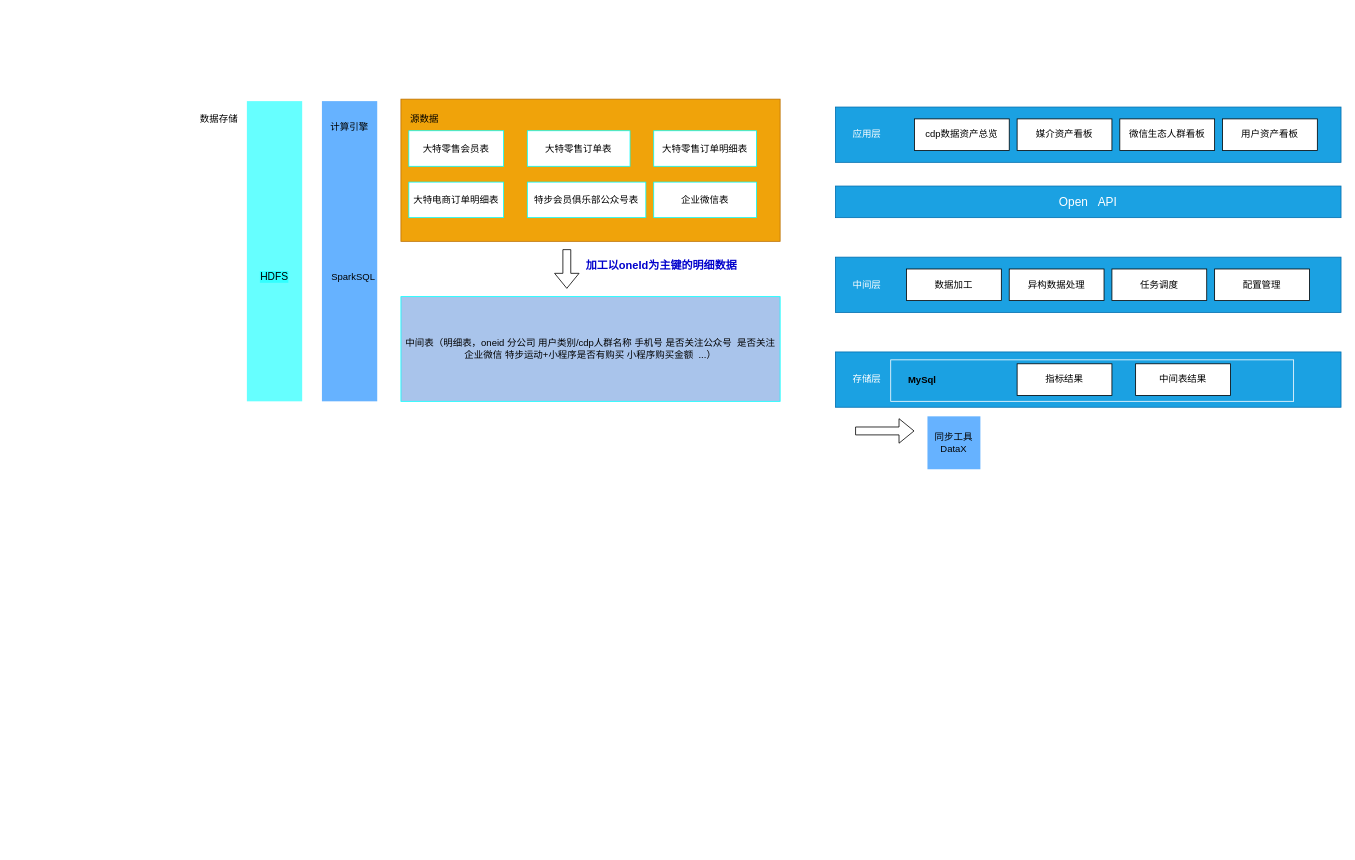
This is source/活动.drawio from DThadch/draw, a draw.io file, before an edit. Source tidied: cells renumbered, new cells numbered last; positions are measured from the earlier drawing's top-left corner, leaving out a move shared by most shapes. Both pictures are drawn from the tidied source at 79%, with x=0, y=0 at pixel (195, 99).
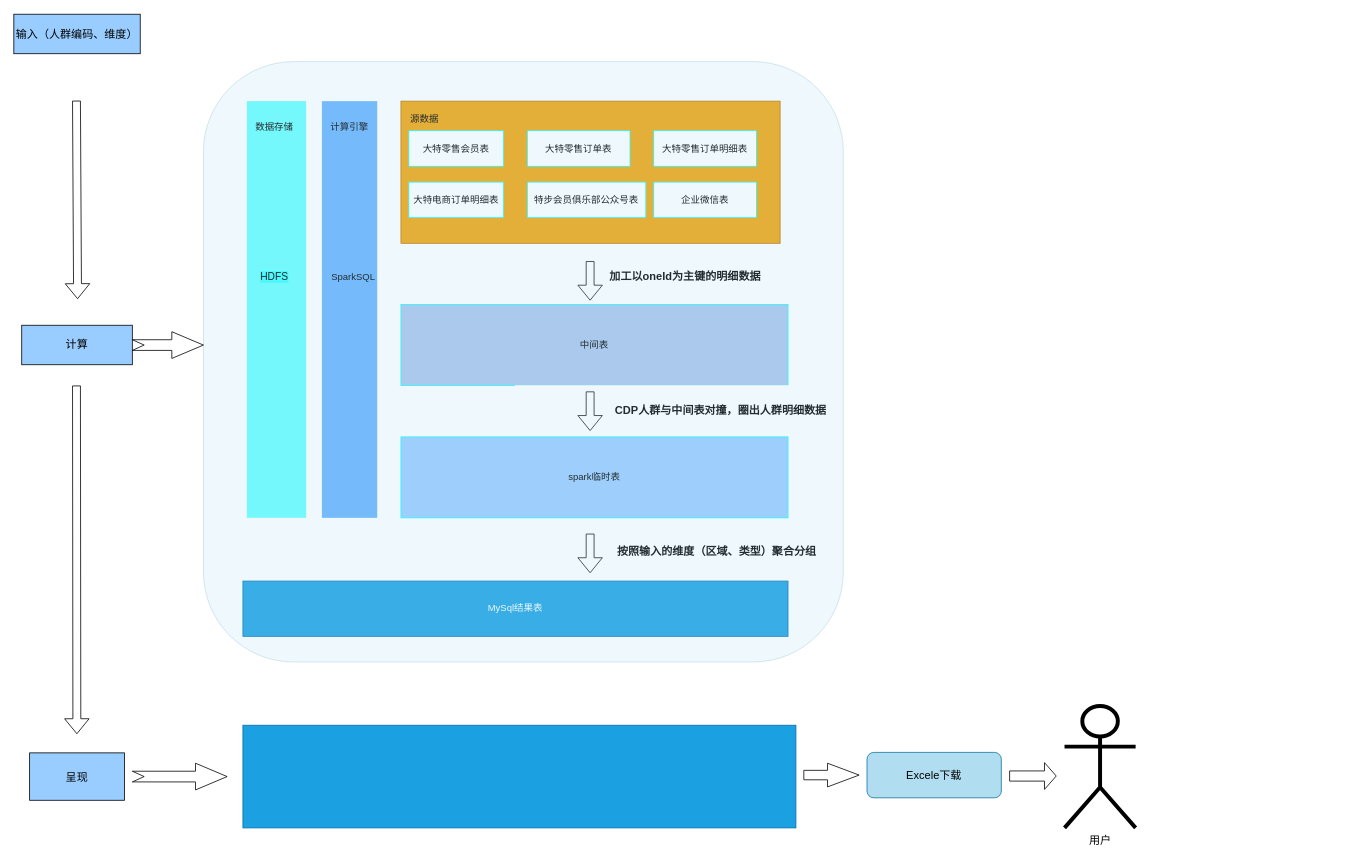
Above is the later version.

Change to the diagram source:
```diff
@@
-    <mxCell id="2" style="rounded=0;whiteSpace=wrap;html=1;fillColor=#1ba1e2;fontColor=#ffffff;strokeColor=#006EAF;" parent="1" vertex="1">
-      <mxGeometry x="810" y="10" width="640" height="70" as="geometry" />
-    </mxCell>
-    <mxCell id="3" value="cdp数据资产总览" style="rounded=0;whiteSpace=wrap;html=1;" parent="1" vertex="1">
-      <mxGeometry x="910" y="25" width="120" height="40" as="geometry" />
-    </mxCell>
-    <mxCell id="4" value="媒介资产看板" style="rounded=0;whiteSpace=wrap;html=1;" parent="1" vertex="1">
-      <mxGeometry x="1040" y="25" width="120" height="40" as="geometry" />
-    </mxCell>
-    <mxCell id="5" value="微信生态人群看板" style="rounded=0;whiteSpace=wrap;html=1;" parent="1" vertex="1">
-      <mxGeometry x="1170" y="25" width="120" height="40" as="geometry" />
-    </mxCell>
-    <mxCell id="6" value="用户资产看板" style="rounded=0;whiteSpace=wrap;html=1;" parent="1" vertex="1">
-      <mxGeometry x="1300" y="25" width="120" height="40" as="geometry" />
-    </mxCell>
-    <mxCell id="7" value="应用层" style="text;html=1;strokeColor=none;fillColor=none;align=center;verticalAlign=middle;whiteSpace=wrap;rounded=0;fontColor=#FFFFFF;" parent="1" vertex="1">
-      <mxGeometry x="820" y="30" width="60" height="30" as="geometry" />
-    </mxCell>
-    <mxCell id="8" value="&lt;font style=&quot;font-size: 15px;&quot;&gt;Open&amp;nbsp; &amp;nbsp;API&lt;/font&gt;" style="rounded=0;whiteSpace=wrap;html=1;fillColor=#1ba1e2;fontColor=#ffffff;strokeColor=#006EAF;" parent="1" vertex="1">
-      <mxGeometry x="810" y="110" width="640" height="40" as="geometry" />
-    </mxCell>
-    <mxCell id="9" style="rounded=0;whiteSpace=wrap;html=1;fillColor=#1ba1e2;fontColor=#ffffff;strokeColor=#006EAF;" parent="1" vertex="1">
-      <mxGeometry x="810" y="200" width="640" height="70" as="geometry" />
-    </mxCell>
-    <mxCell id="10" value="中间层" style="text;html=1;strokeColor=none;fillColor=none;align=center;verticalAlign=middle;whiteSpace=wrap;rounded=0;fontColor=#FFFFFF;" parent="1" vertex="1">
-      <mxGeometry x="820" y="220" width="60" height="30" as="geometry" />
-    </mxCell>
-    <mxCell id="11" value="数据加工" style="rounded=0;whiteSpace=wrap;html=1;" parent="1" vertex="1">
-      <mxGeometry x="900" y="215" width="120" height="40" as="geometry" />
-    </mxCell>
-    <mxCell id="12" value="异构数据处理" style="rounded=0;whiteSpace=wrap;html=1;" parent="1" vertex="1">
-      <mxGeometry x="1030" y="215" width="120" height="40" as="geometry" />
-    </mxCell>
-    <mxCell id="13" value="任务调度" style="rounded=0;whiteSpace=wrap;html=1;" parent="1" vertex="1">
-      <mxGeometry x="1160" y="215" width="120" height="40" as="geometry" />
-    </mxCell>
-    <mxCell id="14" value="配置管理" style="rounded=0;whiteSpace=wrap;html=1;" parent="1" vertex="1">
-      <mxGeometry x="1290" y="215" width="120" height="40" as="geometry" />
-    </mxCell>
-    <mxCell id="15" style="rounded=0;whiteSpace=wrap;html=1;fillColor=#1ba1e2;fontColor=#ffffff;strokeColor=#006EAF;" parent="1" vertex="1">
-      <mxGeometry x="810" y="320" width="640" height="70" as="geometry" />
+    <mxCell id="15" value="MySql结果表" style="rounded=0;whiteSpace=wrap;html=1;fillColor=#1ba1e2;fontColor=#ffffff;strokeColor=#006EAF;" parent="1" vertex="1">
+      <mxGeometry x="60" y="610" width="690" height="70" as="geometry" />
     </mxCell>
-    <mxCell id="16" value="存储层" style="text;html=1;strokeColor=none;fillColor=none;align=center;verticalAlign=middle;whiteSpace=wrap;rounded=0;fontColor=#FFFFFF;" parent="1" vertex="1">
-      <mxGeometry x="820" y="340" width="60" height="30" as="geometry" />
-    </mxCell>
-    <mxCell id="17" value="指标结果" style="rounded=0;whiteSpace=wrap;html=1;" parent="1" vertex="1">
-      <mxGeometry x="1040" y="335" width="120" height="40" as="geometry" />
-    </mxCell>
-    <mxCell id="18" value="中间表结果" style="rounded=0;whiteSpace=wrap;html=1;" parent="1" vertex="1">
-      <mxGeometry x="1190" y="335" width="120" height="40" as="geometry" />
-    </mxCell>
     <mxCell id="19" style="rounded=0;whiteSpace=wrap;html=1;fontSize=15;fontColor=#FFFFFF;fillColor=#66FFFF;labelBackgroundColor=#33FFFF;strokeColor=none;" parent="1" vertex="1">
-      <mxGeometry x="65" y="2.5" width="70" height="380" as="geometry" />
+      <mxGeometry x="65" y="2.5" width="75" height="527.5" as="geometry" />
     </mxCell>
     <mxCell id="20" value="&lt;font color=&quot;#000000&quot; style=&quot;font-size: 12px;&quot;&gt;数据存储&lt;/font&gt;" style="text;html=1;strokeColor=none;fillColor=none;align=center;verticalAlign=middle;whiteSpace=wrap;rounded=0;fontSize=12;fontColor=#FFFFFF;" parent="1" vertex="1">
-      <mxGeometry y="10" width="60" height="30" as="geometry" />
+      <mxGeometry x="70" y="20" width="60" height="30" as="geometry" />
     </mxCell>
@@
     <mxCell id="22" style="rounded=0;whiteSpace=wrap;html=1;fontSize=15;fontColor=#FFFFFF;fillColor=#66B2FF;labelBackgroundColor=#33FFFF;strokeColor=none;" parent="1" vertex="1">
-      <mxGeometry x="160" y="2.5" width="70" height="380" as="geometry" />
+      <mxGeometry x="160" y="2.5" width="70" height="527.5" as="geometry" />
     </mxCell>
@@
     <mxCell id="25" style="rounded=0;whiteSpace=wrap;html=1;labelBackgroundColor=none;strokeColor=#BD7000;fontSize=12;fontColor=#000000;fillColor=#f0a30a;" parent="1" vertex="1">
-      <mxGeometry x="260" width="480" height="180" as="geometry" />
+      <mxGeometry x="260" y="2.5" width="480" height="180" as="geometry" />
     </mxCell>
@@
-    <mxCell id="30" value="中间表（明细表，oneid 分公司 用户类别/cdp人群名称 手机号 是否关注公众号&amp;nbsp; 是否关注企业微信 特步运动+小程序是否有购买 小程序购买金额&amp;nbsp; ...）" style="rounded=0;whiteSpace=wrap;html=1;labelBackgroundColor=none;strokeColor=#00FFFF;fontSize=12;fontColor=#000000;fillColor=#A9C4EB;" parent="1" vertex="1">
-      <mxGeometry x="260" y="250" width="480" height="132.5" as="geometry" />
+    <mxCell id="30" value="中间表" style="rounded=0;whiteSpace=wrap;html=1;labelBackgroundColor=none;strokeColor=#00FFFF;fontSize=12;fontColor=#000000;fillColor=#A9C4EB;" parent="1" vertex="1">
+      <mxGeometry x="260" y="260" width="490" height="102.5" as="geometry" />
     </mxCell>
-    <mxCell id="31" style="shape=flexArrow;endArrow=classic;html=1;rounded=0;fontSize=12;fontColor=#000000;" parent="1" edge="1">
-      <mxGeometry relative="1" as="geometry">
-        <mxPoint x="835" y="420" as="sourcePoint" />
-        <mxPoint x="910" y="420" as="targetPoint" />
-      </mxGeometry>
-    </mxCell>
     <mxCell id="32" style="rounded=0;whiteSpace=wrap;html=1;labelBackgroundColor=none;strokeColor=#FFFFFF;fontSize=12;fontColor=#000000;fillColor=none;gradientColor=none;" parent="1" vertex="1">
-      <mxGeometry x="880" y="330" width="510" height="52.5" as="geometry" />
+      <mxGeometry x="405" y="362.5" width="510" height="52.5" as="geometry" />
     </mxCell>
-    <mxCell id="33" value="&lt;b&gt;MySql&lt;/b&gt;" style="text;html=1;strokeColor=none;fillColor=none;align=center;verticalAlign=middle;whiteSpace=wrap;rounded=0;labelBackgroundColor=none;fontSize=12;fontColor=#000000;strokeWidth=3;" parent="1" vertex="1">
-      <mxGeometry x="890" y="341.2" width="60" height="30" as="geometry" />
-    </mxCell>
-    <mxCell id="34" value="同步工具&lt;br&gt;DataX" style="rounded=0;whiteSpace=wrap;html=1;labelBackgroundColor=none;strokeColor=#FFFFFF;strokeWidth=3;fontSize=12;fontColor=#000000;fillColor=#66B2FF;gradientColor=none;" parent="1" vertex="1">
-      <mxGeometry x="925" y="400" width="70" height="70" as="geometry" />
-    </mxCell>
@@
     <mxCell id="38" style="shape=flexArrow;endArrow=classic;html=1;rounded=0;" parent="1" edge="1">
       <mxGeometry relative="1" as="geometry">
-        <mxPoint x="470" y="190" as="sourcePoint" />
-        <mxPoint x="470" y="240" as="targetPoint" />
+        <mxPoint x="499.5" y="370" as="sourcePoint" />
+        <mxPoint x="499.5" y="420" as="targetPoint" />
       </mxGeometry>
     </mxCell>
-    <mxCell id="39" value="加工以oneId为主键的明细数据" style="text;html=1;strokeColor=none;fillColor=none;align=center;verticalAlign=middle;whiteSpace=wrap;rounded=0;fontColor=#0000CC;fontStyle=1;fontSize=14;" parent="1" vertex="1">
-      <mxGeometry x="490" y="205" width="200" height="10" as="geometry" />
+    <mxCell id="39" value="加工以oneId为主键的明细数据" style="text;html=1;strokeColor=none;fillColor=none;align=center;verticalAlign=middle;whiteSpace=wrap;rounded=0;fontColor=#000000;fontStyle=1;fontSize=14;" parent="1" vertex="1">
+      <mxGeometry x="520" y="220" width="200" height="10" as="geometry" />
     </mxCell>
+    <mxCell id="40" value="spark临时表" style="rounded=0;whiteSpace=wrap;html=1;labelBackgroundColor=none;strokeColor=#00FFFF;fontSize=12;fontColor=#000000;fillColor=#99CCFF;" parent="1" vertex="1">
+      <mxGeometry x="260" y="427.5" width="490" height="102.5" as="geometry" />
+    </mxCell>
+    <mxCell id="41" style="shape=flexArrow;endArrow=classic;html=1;rounded=0;" parent="1" edge="1">
+      <mxGeometry relative="1" as="geometry">
+        <mxPoint x="499.5" y="205" as="sourcePoint" />
+        <mxPoint x="499.5" y="255" as="targetPoint" />
+      </mxGeometry>
+    </mxCell>
+    <mxCell id="42" value="CDP人群与中间表对撞，圈出人群明细数据" style="text;html=1;strokeColor=none;fillColor=none;align=center;verticalAlign=middle;whiteSpace=wrap;rounded=0;fontSize=14;fontColor=#000000;fontStyle=1;" parent="1" vertex="1">
+      <mxGeometry x="530" y="382.5" width="270" height="22.5" as="geometry" />
+    </mxCell>
+    <mxCell id="43" style="shape=flexArrow;endArrow=classic;html=1;rounded=0;" parent="1" edge="1">
+      <mxGeometry relative="1" as="geometry">
+        <mxPoint x="499.5" y="550" as="sourcePoint" />
+        <mxPoint x="499.5" y="600" as="targetPoint" />
+      </mxGeometry>
+    </mxCell>
+    <mxCell id="44" value="按照输入的维度（区域、类型）聚合分组" style="text;html=1;strokeColor=none;fillColor=none;align=center;verticalAlign=middle;whiteSpace=wrap;rounded=0;fontSize=14;fontColor=#000000;fontStyle=1;" parent="1" vertex="1">
+      <mxGeometry x="520" y="562.5" width="280" height="20" as="geometry" />
+    </mxCell>
+    <mxCell id="45" style="shape=flexArrow;endArrow=classic;html=1;rounded=0;fontSize=14;fontColor=#000000;" parent="1" edge="1">
+      <mxGeometry relative="1" as="geometry">
+        <mxPoint x="-150.7" y="1.9" as="sourcePoint" />
+        <mxPoint x="-149.3" y="253.1" as="targetPoint" />
+      </mxGeometry>
+    </mxCell>
+    <mxCell id="46" value="输入（人群编码、维度）" style="rounded=0;whiteSpace=wrap;html=1;fontSize=14;fontColor=#000000;fillColor=#99CCFF;" parent="1" vertex="1">
+      <mxGeometry x="-230" y="-107.5" width="160" height="50" as="geometry" />
+    </mxCell>
+    <mxCell id="47" value="计算" style="rounded=0;whiteSpace=wrap;html=1;fontSize=14;fontColor=#000000;fillColor=#99CCFF;" parent="1" vertex="1">
+      <mxGeometry x="-220" y="286.2" width="140" height="50" as="geometry" />
+    </mxCell>
+    <mxCell id="48" style="shape=flexArrow;endArrow=classic;html=1;rounded=0;fontSize=14;fontColor=#000000;" parent="1" edge="1">
+      <mxGeometry x="1" y="-149" relative="1" as="geometry">
+        <mxPoint x="-150.7" y="362.5" as="sourcePoint" />
+        <mxPoint x="-150.2" y="803.8" as="targetPoint" />
+        <mxPoint x="129" y="147" as="offset" />
+      </mxGeometry>
+    </mxCell>
+    <mxCell id="49" value="呈现" style="rounded=0;whiteSpace=wrap;html=1;fontSize=14;fontColor=#000000;fillColor=#99CCFF;" parent="1" vertex="1">
+      <mxGeometry x="-210" y="827.5" width="120" height="60" as="geometry" />
+    </mxCell>
+    <mxCell id="50" style="rounded=0;whiteSpace=wrap;html=1;fontSize=14;fontColor=#ffffff;fillColor=#1ba1e2;strokeColor=#006EAF;" parent="1" vertex="1">
+      <mxGeometry x="60" y="792.5" width="700" height="130" as="geometry" />
+    </mxCell>
+    <mxCell id="51" style="rounded=1;whiteSpace=wrap;html=1;fontSize=14;fillColor=#b1ddf0;shadow=0;opacity=20;strokeColor=#10739e;" parent="1" vertex="1">
+      <mxGeometry x="10" y="-47.5" width="810" height="760" as="geometry" />
+    </mxCell>
+    <mxCell id="52" value="Excele下载" style="rounded=1;whiteSpace=wrap;html=1;shadow=0;fontSize=14;fillColor=#b1ddf0;strokeColor=#10739e;" parent="1" vertex="1">
+      <mxGeometry x="850" y="826.9" width="170" height="57.5" as="geometry" />
+    </mxCell>
+    <mxCell id="53" style="html=1;shadow=0;dashed=0;align=center;verticalAlign=middle;shape=mxgraph.arrows2.arrow;dy=0.6;dx=40;notch=15;fontSize=14;fontColor=#000000;fillColor=none;" parent="1" vertex="1">
+      <mxGeometry x="-80" y="294.4" width="90" height="33.8" as="geometry" />
+    </mxCell>
+    <mxCell id="54" style="html=1;shadow=0;dashed=0;align=center;verticalAlign=middle;shape=mxgraph.arrows2.arrow;dy=0.6;dx=40;notch=15;fontSize=14;fontColor=#000000;fillColor=none;" parent="1" vertex="1">
+      <mxGeometry x="-80" y="840.6" width="120" height="33.8" as="geometry" />
+    </mxCell>
+    <mxCell id="55" style="html=1;shadow=0;dashed=0;align=center;verticalAlign=middle;shape=mxgraph.arrows2.arrow;dy=0.6;dx=40;notch=0;fontSize=14;fontColor=#000000;fillColor=none;" parent="1" vertex="1">
+      <mxGeometry x="770" y="840.6" width="70" height="30" as="geometry" />
+    </mxCell>
+    <mxCell id="56" value="用户" style="shape=umlActor;verticalLabelPosition=bottom;verticalAlign=top;html=1;shadow=0;strokeWidth=5;fontSize=14;fontColor=#000000;fillColor=none;" parent="1" vertex="1">
+      <mxGeometry x="1100" y="768.1" width="90" height="154.4" as="geometry" />
+    </mxCell>
+    <mxCell id="57" style="shape=flexArrow;endArrow=classic;html=1;rounded=0;fontSize=14;fontColor=#000000;width=12.857142857142858;endSize=4.614285714285715;" parent="1" edge="1">
+      <mxGeometry relative="1" as="geometry">
+        <mxPoint x="1030" y="856.8" as="sourcePoint" />
+        <mxPoint x="1090" y="856.8" as="targetPoint" />
+      </mxGeometry>
+    </mxCell>
```
